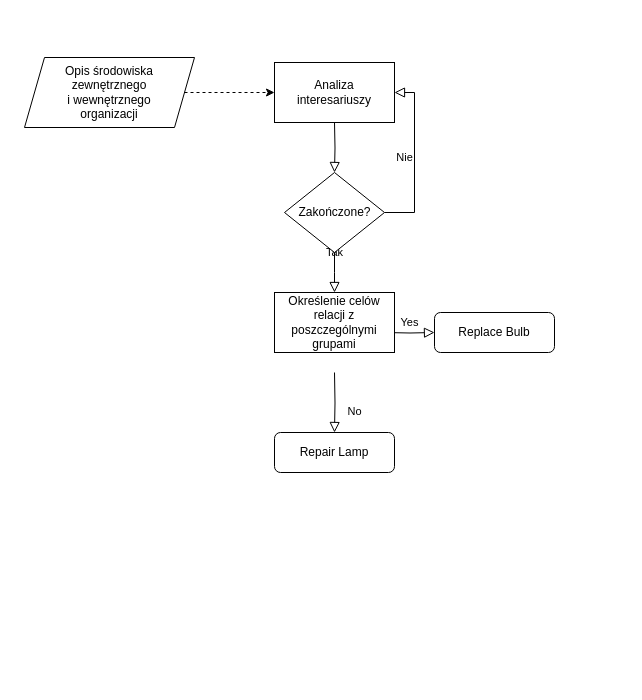
Earlier version of the draw.io diagram pomocnicze/robocze/ProcesTworzeniaStrategiiRelacjiZ_Interesariuszami.drawio (JeanPaulSzefler/doktorat_git). Source tidied: cells renumbered, new cells numbered last; positions are measured from the earlier drawing's top-left corner, leaving out a move shared by most shapes. Both pictures are drawn from the tidied source at 100%, with x=0, y=0 at pixel (24, 57).
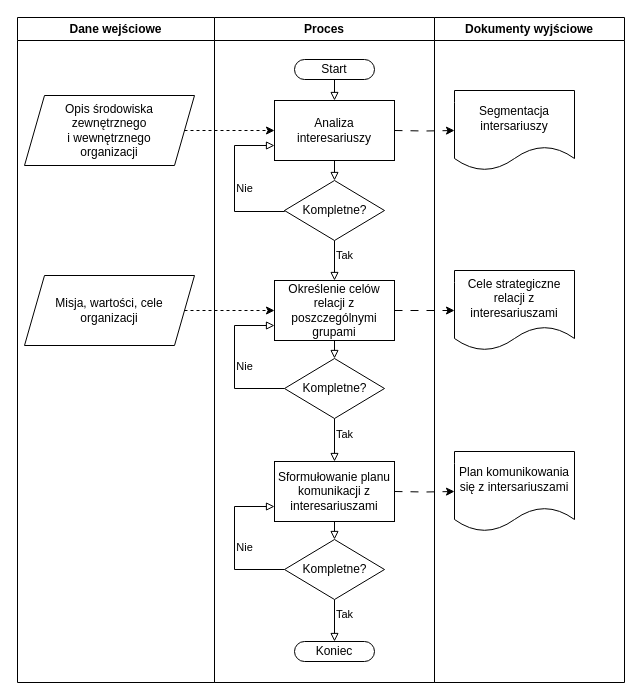
The same diagram, later.

Commit message (it also covers changes not shown here):
1.5.2 dok. diagram PTSRI, wprowadzenie do tabeli z tech. segm. interesar

Change to the diagram source:
```diff
@@
-    <mxCell id="2" style="rounded=0;html=1;jettySize=auto;fontSize=11;endArrow=block;endFill=0;endSize=8;strokeWidth=1;shadow=0;labelBackgroundColor=none;edgeStyle=orthogonalEdgeStyle;" parent="1" edge="1" target="5">
-      <mxGeometry relative="1" as="geometry">
-        <mxPoint x="310" y="65" as="sourcePoint" />
-      </mxGeometry>
+    <mxCell id="2" style="rounded=0;html=1;jettySize=auto;fontSize=11;endArrow=block;endFill=0;endSize=6;strokeWidth=1;shadow=0;labelBackgroundColor=none;edgeStyle=orthogonalEdgeStyle;exitX=0.5;exitY=1;exitDx=0;exitDy=0;entryX=0.5;entryY=0;entryDx=0;entryDy=0;" parent="1" edge="1" source="10" target="5">
+      <mxGeometry relative="1" as="geometry" />
     </mxCell>
-    <mxCell id="3" value="Tak" style="rounded=0;html=1;jettySize=auto;fontSize=11;endArrow=block;endFill=0;endSize=8;strokeWidth=1;shadow=0;labelBackgroundColor=none;edgeStyle=orthogonalEdgeStyle;" parent="1" edge="1" source="5">
-      <mxGeometry y="20" relative="1" as="geometry">
-        <mxPoint x="310" y="235" as="targetPoint" />
-      </mxGeometry>
-    </mxCell>
-    <mxCell id="4" value="Nie" style="edgeStyle=orthogonalEdgeStyle;rounded=0;html=1;jettySize=auto;fontSize=11;endArrow=block;endFill=0;endSize=8;strokeWidth=1;shadow=0;labelBackgroundColor=none;entryX=1;entryY=0.5;entryDx=0;entryDy=0;" parent="1" edge="1" source="5" target="10">
-      <mxGeometry y="10" relative="1" as="geometry">
+    <mxCell id="4" value="Nie" style="edgeStyle=orthogonalEdgeStyle;rounded=0;html=1;jettySize=auto;fontSize=11;endArrow=block;endFill=0;endSize=6;strokeWidth=1;shadow=0;labelBackgroundColor=none;entryX=0;entryY=0.75;entryDx=0;entryDy=0;verticalAlign=middle;labelPosition=right;verticalLabelPosition=middle;align=center;spacing=2;exitX=0;exitY=0.5;exitDx=0;exitDy=0;" parent="1" edge="1" source="5" target="10">
+      <mxGeometry x="-0.06" y="-10" relative="1" as="geometry">
         <Array as="points">
-          <mxPoint x="390" y="155" />
-          <mxPoint x="390" y="35" />
+          <mxPoint x="260" y="154" />
+          <mxPoint x="210" y="154" />
+          <mxPoint x="210" y="88" />
         </Array>
       </mxGeometry>
     </mxCell>
+    <mxCell id="14" style="edgeStyle=orthogonalEdgeStyle;rounded=0;jettySize=auto;html=1;endArrow=block;endFill=0;" parent="1" edge="1" source="5" target="13">
+      <mxGeometry relative="1" as="geometry" />
+    </mxCell>
+    <mxCell id="15" value="Tak" style="edgeLabel;html=1;align=left;verticalAlign=middle;horizontal=1;labelBackgroundColor=none;labelPosition=right;verticalLabelPosition=middle;spacing=2;" parent="14" vertex="1">
+      <mxGeometry x="-0.32" relative="1" as="geometry" />
+    </mxCell>
-    <mxCell id="5" value="Zakończone?" style="rhombus;html=1;shadow=0;fontFamily=Helvetica;fontSize=12;align=center;strokeWidth=1;spacing=0;spacingTop=0;labelBackgroundColor=default;" parent="1" vertex="1">
-      <mxGeometry x="260" y="115" width="100" height="80" as="geometry" />
+    <mxCell id="5" value="Kompletne?" style="rhombus;html=1;shadow=0;fontFamily=Helvetica;fontSize=12;align=center;strokeWidth=1;spacing=0;spacingTop=0;labelBackgroundColor=none;" parent="1" vertex="1">
+      <mxGeometry x="260" y="123" width="100" height="60" as="geometry" />
     </mxCell>
-    <mxCell id="6" value="No" style="rounded=0;html=1;jettySize=auto;fontSize=11;endArrow=block;endFill=0;endSize=8;strokeWidth=1;shadow=0;labelBackgroundColor=none;edgeStyle=orthogonalEdgeStyle;" parent="1" edge="1" target="8">
-      <mxGeometry x="0.33" y="20" relative="1" as="geometry">
-        <mxPoint x="310" y="315" as="sourcePoint" />
-      </mxGeometry>
-    </mxCell>
-    <mxCell id="7" value="Yes" style="edgeStyle=orthogonalEdgeStyle;rounded=0;html=1;jettySize=auto;fontSize=11;endArrow=block;endFill=0;endSize=8;strokeWidth=1;shadow=0;labelBackgroundColor=none;" parent="1" edge="1" target="9">
-      <mxGeometry y="10" relative="1" as="geometry">
-        <mxPoint x="360" y="275" as="sourcePoint" />
-      </mxGeometry>
-    </mxCell>
-    <mxCell id="8" value="Repair Lamp" style="rounded=1;whiteSpace=wrap;html=1;fontSize=12;glass=0;strokeWidth=1;shadow=0;" parent="1" vertex="1">
-      <mxGeometry x="250" y="375" width="120" height="40" as="geometry" />
-    </mxCell>
-    <mxCell id="9" value="Replace Bulb" style="rounded=1;whiteSpace=wrap;html=1;fontSize=12;glass=0;strokeWidth=1;shadow=0;" parent="1" vertex="1">
-      <mxGeometry x="410" y="255" width="120" height="40" as="geometry" />
-    </mxCell>
     <mxCell id="10" value="Analiza &lt;br&gt;interesariuszy" style="rounded=0;whiteSpace=wrap;html=1;" parent="1" vertex="1">
-      <mxGeometry x="250" y="5" width="120" height="60" as="geometry" />
+      <mxGeometry x="250" y="43" width="120" height="60" as="geometry" />
     </mxCell>
@@
     <mxCell id="12" value="Opis środowiska &lt;br&gt;zewnętrznego &lt;br&gt;i wewnętrznego &lt;br&gt;organizacji" style="shape=parallelogram;perimeter=parallelogramPerimeter;whiteSpace=wrap;html=1;fixedSize=1;" parent="1" vertex="1">
-      <mxGeometry width="170" height="70" as="geometry" />
+      <mxGeometry y="38" width="170" height="70" as="geometry" />
     </mxCell>
+    <mxCell id="16" style="edgeStyle=orthogonalEdgeStyle;rounded=0;jettySize=auto;html=1;endArrow=block;endFill=0;entryX=0.5;entryY=0;entryDx=0;entryDy=0;exitX=0.5;exitY=1;exitDx=0;exitDy=0;" parent="1" edge="1" source="13" target="22">
+      <mxGeometry relative="1" as="geometry" />
+    </mxCell>
     <mxCell id="13" value="Określenie celów relacji z poszczególnymi grupami" style="rounded=0;whiteSpace=wrap;html=1;" parent="1" vertex="1">
-      <mxGeometry x="250" y="235" width="120" height="60" as="geometry" />
+      <mxGeometry x="250" y="223" width="120" height="60" as="geometry" />
     </mxCell>
+    <mxCell id="17" style="edgeStyle=orthogonalEdgeStyle;rounded=0;jettySize=auto;html=1;dashed=1;entryX=0;entryY=0.5;entryDx=0;entryDy=0;" parent="1" edge="1" source="18" target="13">
+      <mxGeometry relative="1" as="geometry" />
+    </mxCell>
+    <mxCell id="18" value="Misja, wartości, cele organizacji" style="shape=parallelogram;perimeter=parallelogramPerimeter;whiteSpace=wrap;html=1;fixedSize=1;" parent="1" vertex="1">
+      <mxGeometry y="218" width="170" height="70" as="geometry" />
+    </mxCell>
+    <mxCell id="19" value="Nie" style="edgeStyle=orthogonalEdgeStyle;rounded=0;html=1;jettySize=auto;fontSize=11;endArrow=block;endFill=0;endSize=6;strokeWidth=1;shadow=0;labelBackgroundColor=none;entryX=0;entryY=0.75;entryDx=0;entryDy=0;verticalAlign=middle;labelPosition=right;verticalLabelPosition=middle;align=center;spacing=2;" parent="1" edge="1" source="22" target="13">
+      <mxGeometry x="-0.06" y="-10" relative="1" as="geometry">
+        <Array as="points">
+          <mxPoint x="210" y="331" />
+          <mxPoint x="210" y="268" />
+        </Array>
+      </mxGeometry>
+    </mxCell>
+    <mxCell id="20" style="edgeStyle=orthogonalEdgeStyle;rounded=0;jettySize=auto;html=1;endArrow=block;endFill=0;entryX=0.5;entryY=0;entryDx=0;entryDy=0;" parent="1" edge="1" source="22" target="27">
+      <mxGeometry relative="1" as="geometry" />
+    </mxCell>
+    <mxCell id="21" value="Tak" style="edgeLabel;html=1;align=left;verticalAlign=middle;horizontal=1;labelBackgroundColor=none;labelPosition=right;verticalLabelPosition=middle;spacing=2;" parent="20" vertex="1">
+      <mxGeometry x="-0.32" relative="1" as="geometry" />
+    </mxCell>
+    <mxCell id="22" value="Kompletne?" style="rhombus;html=1;shadow=0;fontFamily=Helvetica;fontSize=12;align=center;strokeWidth=1;spacing=0;spacingTop=0;labelBackgroundColor=none;" parent="1" vertex="1">
+      <mxGeometry x="260" y="301" width="100" height="60" as="geometry" />
+    </mxCell>
+    <mxCell id="23" style="edgeStyle=orthogonalEdgeStyle;rounded=0;jettySize=auto;html=1;endArrow=block;endFill=0;entryX=0.5;entryY=0;entryDx=0;entryDy=0;exitX=0.5;exitY=1;exitDx=0;exitDy=0;" parent="1" edge="1" source="24" target="10">
+      <mxGeometry relative="1" as="geometry" />
+    </mxCell>
+    <mxCell id="24" value="Start" style="rounded=1;whiteSpace=wrap;html=1;arcSize=50;imageHeight=24;" parent="1" vertex="1">
+      <mxGeometry x="270" y="2" width="80" height="20" as="geometry" />
+    </mxCell>
+    <mxCell id="25" style="edgeStyle=orthogonalEdgeStyle;rounded=0;jettySize=auto;html=1;endArrow=block;endFill=0;entryX=0.5;entryY=0;entryDx=0;entryDy=0;exitX=0.5;exitY=1;exitDx=0;exitDy=0;" parent="1" edge="1" source="27" target="31">
+      <mxGeometry relative="1" as="geometry" />
+    </mxCell>
+    <mxCell id="26" style="edgeStyle=orthogonalEdgeStyle;rounded=0;jettySize=auto;html=1;exitX=1;exitY=0.5;exitDx=0;exitDy=0;dashed=1;dashPattern=8 8;" parent="1" edge="1" source="13" target="32">
+      <mxGeometry relative="1" as="geometry" />
+    </mxCell>
+    <mxCell id="27" value="Sformułowanie planu komunikacji z interesariuszami" style="rounded=0;whiteSpace=wrap;html=1;" parent="1" vertex="1">
+      <mxGeometry x="250" y="404" width="120" height="60" as="geometry" />
+    </mxCell>
+    <mxCell id="28" value="Nie" style="edgeStyle=orthogonalEdgeStyle;rounded=0;html=1;jettySize=auto;fontSize=11;endArrow=block;endFill=0;endSize=6;strokeWidth=1;shadow=0;labelBackgroundColor=none;entryX=0;entryY=0.75;entryDx=0;entryDy=0;verticalAlign=middle;labelPosition=right;verticalLabelPosition=middle;align=center;spacing=2;" parent="1" edge="1" source="31" target="27">
+      <mxGeometry x="-0.06" y="-10" relative="1" as="geometry">
+        <Array as="points">
+          <mxPoint x="210" y="512" />
+          <mxPoint x="210" y="449" />
+        </Array>
+      </mxGeometry>
+    </mxCell>
+    <mxCell id="29" style="edgeStyle=orthogonalEdgeStyle;rounded=0;jettySize=auto;html=1;endArrow=block;endFill=0;entryX=0.5;entryY=0;entryDx=0;entryDy=0;" parent="1" edge="1" source="31" target="38">
+      <mxGeometry relative="1" as="geometry" />
+    </mxCell>
+    <mxCell id="30" value="Tak" style="edgeLabel;html=1;align=left;verticalAlign=middle;horizontal=1;labelBackgroundColor=none;labelPosition=right;verticalLabelPosition=middle;spacing=2;" parent="29" vertex="1">
+      <mxGeometry x="-0.32" relative="1" as="geometry" />
+    </mxCell>
+    <mxCell id="31" value="Kompletne?" style="rhombus;html=1;shadow=0;fontFamily=Helvetica;fontSize=12;align=center;strokeWidth=1;spacing=0;spacingTop=0;labelBackgroundColor=none;" parent="1" vertex="1">
+      <mxGeometry x="260" y="482" width="100" height="60" as="geometry" />
+    </mxCell>
+    <mxCell id="32" value="Cele strategiczne relacji z interesariuszami" style="shape=document;whiteSpace=wrap;html=1;boundedLbl=1;" parent="1" vertex="1">
+      <mxGeometry x="430" y="213" width="120" height="80" as="geometry" />
+    </mxCell>
+    <mxCell id="33" style="edgeStyle=orthogonalEdgeStyle;rounded=0;jettySize=auto;html=1;exitX=1;exitY=0.5;exitDx=0;exitDy=0;dashed=1;dashPattern=8 8;" parent="1" edge="1" target="34">
+      <mxGeometry relative="1" as="geometry">
+        <mxPoint x="370" y="434" as="sourcePoint" />
+      </mxGeometry>
+    </mxCell>
+    <mxCell id="34" value="Plan komunikowania się z intersariuszami" style="shape=document;whiteSpace=wrap;html=1;boundedLbl=1;" parent="1" vertex="1">
+      <mxGeometry x="430" y="394" width="120" height="80" as="geometry" />
+    </mxCell>
+    <mxCell id="35" style="edgeStyle=orthogonalEdgeStyle;rounded=0;jettySize=auto;html=1;exitX=1;exitY=0.5;exitDx=0;exitDy=0;dashed=1;dashPattern=8 8;" parent="1" edge="1" target="36">
+      <mxGeometry relative="1" as="geometry">
+        <mxPoint x="370" y="73" as="sourcePoint" />
+      </mxGeometry>
+    </mxCell>
+    <mxCell id="36" value="Segmentacja intersariuszy" style="shape=document;whiteSpace=wrap;html=1;boundedLbl=1;" parent="1" vertex="1">
+      <mxGeometry x="430" y="33" width="120" height="80" as="geometry" />
+    </mxCell>
+    <mxCell id="37" value="Dane wejściowe" style="swimlane;whiteSpace=wrap;html=1;" parent="1" vertex="1">
+      <mxGeometry x="-7" y="-40" width="197" height="665" as="geometry" />
+    </mxCell>
+    <mxCell id="38" value="Koniec" style="rounded=1;whiteSpace=wrap;html=1;arcSize=50;imageHeight=24;" parent="1" vertex="1">
+      <mxGeometry x="270" y="584" width="80" height="20" as="geometry" />
+    </mxCell>
+    <mxCell id="39" value="Proces" style="swimlane;whiteSpace=wrap;html=1;" parent="1" vertex="1">
+      <mxGeometry x="190" y="-40" width="220" height="665" as="geometry" />
+    </mxCell>
+    <mxCell id="40" value="Dokumenty wyjściowe" style="swimlane;whiteSpace=wrap;html=1;" parent="1" vertex="1">
+      <mxGeometry x="410" y="-40" width="190" height="665" as="geometry" />
+    </mxCell>
```
